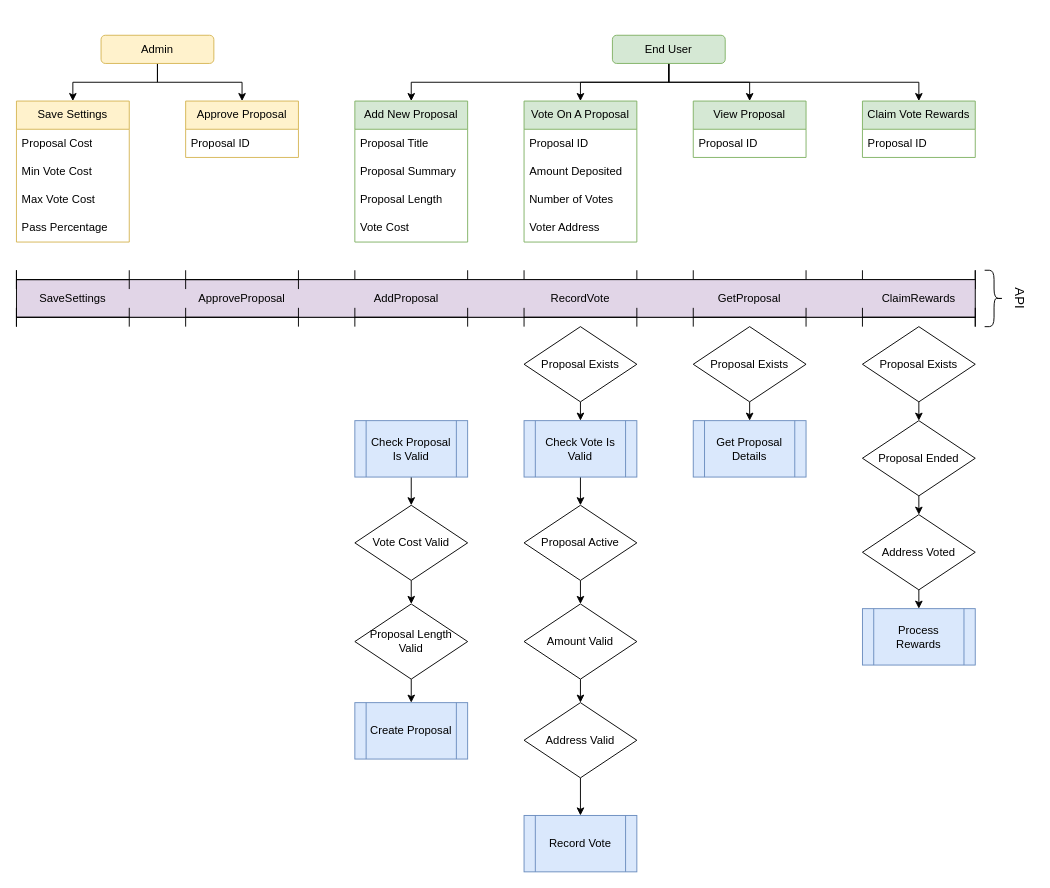
Earlier version of the draw.io diagram Graphite.drawio (hello-adam-martin/diagrams). Source tidied: cells renumbered, new cells numbered last; positions are measured from the earlier drawing's top-left corner, leaving out a move shared by most shapes. Both pictures are drawn from the tidied source at 94%, with x=0, y=0 at pixel (16, 35).
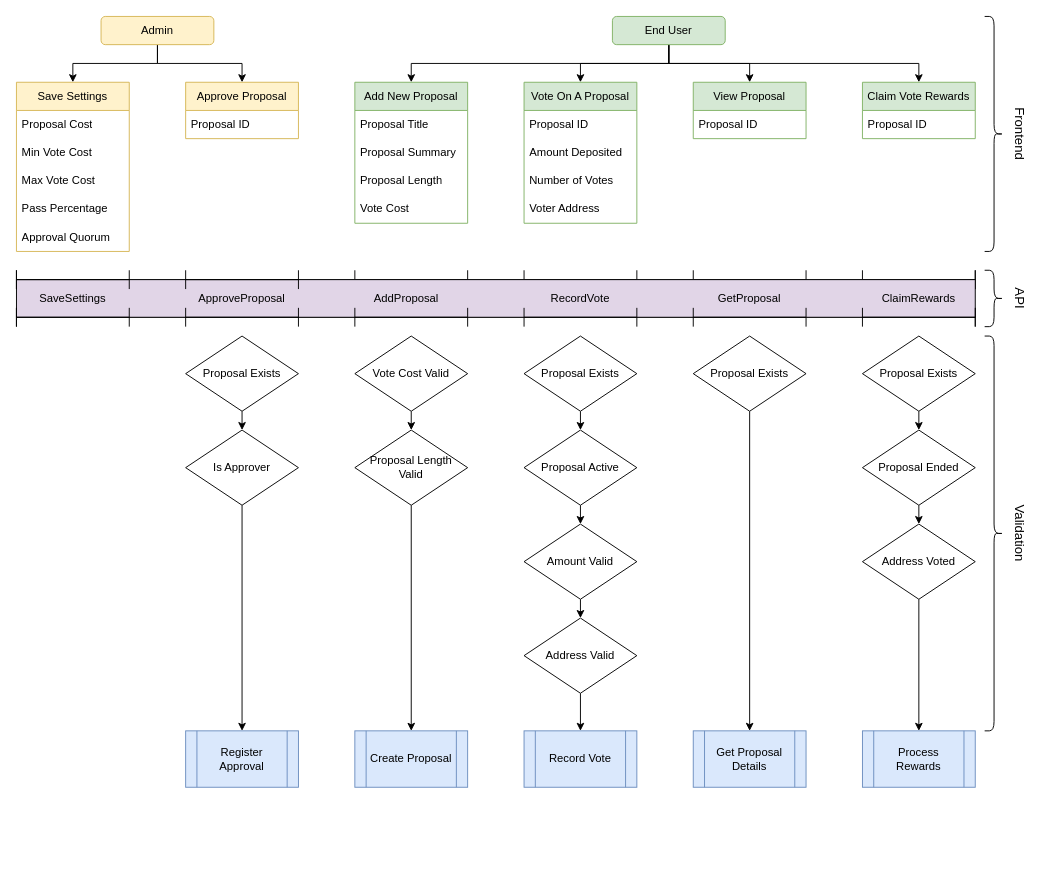
Above is the later version.

The edit, as a diff of the source:
```diff
@@
     <mxCell id="6" value="End User" style="rounded=1;whiteSpace=wrap;html=1;fillColor=#d5e8d4;strokeColor=#82b366;" parent="1" vertex="1">
-      <mxGeometry x="634" width="120" height="30" as="geometry" />
+      <mxGeometry x="634" y="-20" width="120" height="30" as="geometry" />
     </mxCell>
-    <mxCell id="7" style="edgeStyle=orthogonalEdgeStyle;rounded=0;jettySize=auto;html=1;exitX=0.5;exitY=1;exitDx=0;exitDy=0;entryX=0.5;entryY=0;entryDx=0;entryDy=0;startArrow=none;startFill=0;endArrow=classic;endFill=1;" parent="1" edge="1" source="8" target="15">
-      <mxGeometry relative="1" as="geometry" />
-    </mxCell>
-    <mxCell id="8" value="Check Vote Is Valid" style="shape=process;whiteSpace=wrap;html=1;backgroundOutline=1;fillColor=#dae8fc;strokeColor=#6c8ebf;" parent="1" vertex="1">
-      <mxGeometry x="540" y="410" width="120" height="60" as="geometry" />
-    </mxCell>
@@
     <mxCell id="10" value="Amount Valid" style="rhombus;whiteSpace=wrap;html=1;" parent="1" vertex="1">
-      <mxGeometry x="540" y="605" width="120" height="80" as="geometry" />
+      <mxGeometry x="540" y="520" width="120" height="80" as="geometry" />
     </mxCell>
@@
     <mxCell id="12" value="Address Valid" style="rhombus;whiteSpace=wrap;html=1;" parent="1" vertex="1">
-      <mxGeometry x="540" y="710" width="120" height="80" as="geometry" />
+      <mxGeometry x="540" y="620" width="120" height="80" as="geometry" />
     </mxCell>
     <mxCell id="13" value="Record Vote" style="shape=process;whiteSpace=wrap;html=1;backgroundOutline=1;fillColor=#dae8fc;strokeColor=#6c8ebf;" parent="1" vertex="1">
-      <mxGeometry x="540" y="830" width="120" height="60" as="geometry" />
+      <mxGeometry x="540" y="740" width="120" height="60" as="geometry" />
     </mxCell>
@@
     <mxCell id="15" value="Proposal Active" style="rhombus;whiteSpace=wrap;html=1;" parent="1" vertex="1">
-      <mxGeometry x="540" y="500" width="120" height="80" as="geometry" />
+      <mxGeometry x="540" y="420" width="120" height="80" as="geometry" />
     </mxCell>
-    <mxCell id="16" style="edgeStyle=orthogonalEdgeStyle;rounded=0;jettySize=auto;html=1;exitX=0.5;exitY=1;exitDx=0;exitDy=0;entryX=0.5;entryY=0;entryDx=0;entryDy=0;fontSize=14;startArrow=none;startFill=0;endArrow=classic;endFill=1;" parent="1" edge="1" source="17">
-      <mxGeometry relative="1" as="geometry">
-        <mxPoint x="420" y="500" as="targetPoint" />
-      </mxGeometry>
-    </mxCell>
-    <mxCell id="17" value="Check Proposal Is Valid" style="shape=process;whiteSpace=wrap;html=1;backgroundOutline=1;fillColor=#dae8fc;strokeColor=#6c8ebf;" parent="1" vertex="1">
-      <mxGeometry x="360" y="410" width="120" height="60" as="geometry" />
-    </mxCell>
@@
     <mxCell id="19" value="Vote Cost Valid" style="rhombus;whiteSpace=wrap;html=1;" parent="1" vertex="1">
-      <mxGeometry x="360" y="500" width="120" height="80" as="geometry" />
+      <mxGeometry x="360" y="320" width="120" height="80" as="geometry" />
     </mxCell>
     <mxCell id="20" value="Add New Proposal" style="swimlane;fontStyle=0;horizontal=1;startSize=30;whiteSpace=wrap;html=1;swimlaneLine=1;fillColor=#d5e8d4;strokeColor=#82b366;" parent="1" vertex="1">
-      <mxGeometry x="360" y="70" width="120" height="150" as="geometry" />
+      <mxGeometry x="360" y="50" width="120" height="150" as="geometry" />
     </mxCell>
@@
     <mxCell id="25" value="Vote On A Proposal" style="swimlane;fontStyle=0;horizontal=1;startSize=30;whiteSpace=wrap;html=1;swimlaneLine=1;fillColor=#d5e8d4;strokeColor=#82b366;" parent="1" vertex="1">
-      <mxGeometry x="540" y="70" width="120" height="150" as="geometry" />
+      <mxGeometry x="540" y="50" width="120" height="150" as="geometry" />
     </mxCell>
@@
     <mxCell id="30" value="View Proposal" style="swimlane;fontStyle=0;horizontal=1;startSize=30;whiteSpace=wrap;html=1;swimlaneLine=1;fillColor=#d5e8d4;strokeColor=#82b366;" parent="1" vertex="1">
-      <mxGeometry x="720" y="70" width="120" height="60" as="geometry" />
+      <mxGeometry x="720" y="50" width="120" height="60" as="geometry" />
     </mxCell>
@@
     <mxCell id="32" value="Claim Vote Rewards" style="swimlane;fontStyle=0;horizontal=1;startSize=30;whiteSpace=wrap;html=1;swimlaneLine=1;fillColor=#d5e8d4;strokeColor=#82b366;" parent="1" vertex="1">
-      <mxGeometry x="900" y="70" width="120" height="60" as="geometry" />
+      <mxGeometry x="900" y="50" width="120" height="60" as="geometry" />
     </mxCell>
@@
     <mxCell id="36" value="Create Proposal" style="shape=process;whiteSpace=wrap;html=1;backgroundOutline=1;fillColor=#dae8fc;strokeColor=#6c8ebf;" parent="1" vertex="1">
-      <mxGeometry x="360" y="710" width="120" height="60" as="geometry" />
+      <mxGeometry x="360" y="740" width="120" height="60" as="geometry" />
     </mxCell>
@@
     <mxCell id="38" value="Proposal Length&lt;br&gt;Valid" style="rhombus;whiteSpace=wrap;html=1;" parent="1" vertex="1">
-      <mxGeometry x="360" y="605" width="120" height="80" as="geometry" />
+      <mxGeometry x="360" y="420" width="120" height="80" as="geometry" />
     </mxCell>
-    <mxCell id="39" style="edgeStyle=orthogonalEdgeStyle;rounded=0;jettySize=auto;html=1;exitX=0.5;exitY=1;exitDx=0;exitDy=0;entryX=0.5;entryY=0;entryDx=0;entryDy=0;" parent="1" edge="1" source="40" target="8">
-      <mxGeometry relative="1" as="geometry" />
-    </mxCell>
+    <mxCell id="82" style="edgeStyle=orthogonalEdgeStyle;rounded=0;jettySize=auto;html=1;exitX=0.5;exitY=1;exitDx=0;exitDy=0;entryX=0.5;entryY=0;entryDx=0;entryDy=0;" parent="1" edge="1" source="40" target="15">
+      <mxGeometry relative="1" as="geometry" />
+    </mxCell>
     <mxCell id="40" value="Proposal Exists" style="rhombus;whiteSpace=wrap;html=1;" parent="1" vertex="1">
-      <mxGeometry x="540" y="310" width="120" height="80" as="geometry" />
+      <mxGeometry x="540" y="320" width="120" height="80" as="geometry" />
     </mxCell>
@@
     <mxCell id="54" value="Proposal Exists" style="rhombus;whiteSpace=wrap;html=1;" parent="1" vertex="1">
-      <mxGeometry x="720" y="310" width="120" height="80" as="geometry" />
+      <mxGeometry x="720" y="320" width="120" height="80" as="geometry" />
     </mxCell>
@@
     <mxCell id="56" value="Proposal Exists" style="rhombus;whiteSpace=wrap;html=1;" parent="1" vertex="1">
-      <mxGeometry x="900" y="310" width="120" height="80" as="geometry" />
+      <mxGeometry x="900" y="320" width="120" height="80" as="geometry" />
     </mxCell>
     <mxCell id="57" value="Approve Proposal" style="swimlane;fontStyle=0;horizontal=1;startSize=30;whiteSpace=wrap;html=1;swimlaneLine=1;fillColor=#fff2cc;strokeColor=#d6b656;" parent="1" vertex="1">
-      <mxGeometry x="180" y="70" width="120" height="60" as="geometry" />
+      <mxGeometry x="180" y="50" width="120" height="60" as="geometry" />
     </mxCell>
@@
     <mxCell id="62" value="Admin" style="rounded=1;whiteSpace=wrap;html=1;fillColor=#fff2cc;strokeColor=#d6b656;" parent="1" vertex="1">
-      <mxGeometry x="90" width="120" height="30" as="geometry" />
+      <mxGeometry x="90" y="-20" width="120" height="30" as="geometry" />
     </mxCell>
     <mxCell id="63" value="Get Proposal Details" style="shape=process;whiteSpace=wrap;html=1;backgroundOutline=1;fillColor=#dae8fc;strokeColor=#6c8ebf;" parent="1" vertex="1">
-      <mxGeometry x="720" y="410" width="120" height="60" as="geometry" />
+      <mxGeometry x="720" y="740" width="120" height="60" as="geometry" />
     </mxCell>
@@
     <mxCell id="65" value="Proposal Ended" style="rhombus;whiteSpace=wrap;html=1;" parent="1" vertex="1">
-      <mxGeometry x="900" y="410" width="120" height="80" as="geometry" />
+      <mxGeometry x="900" y="420" width="120" height="80" as="geometry" />
     </mxCell>
@@
     <mxCell id="67" value="Address Voted" style="rhombus;whiteSpace=wrap;html=1;" parent="1" vertex="1">
-      <mxGeometry x="900" y="510" width="120" height="80" as="geometry" />
+      <mxGeometry x="900" y="520" width="120" height="80" as="geometry" />
     </mxCell>
     <mxCell id="68" value="Process Rewards" style="shape=process;whiteSpace=wrap;html=1;backgroundOutline=1;fillColor=#dae8fc;strokeColor=#6c8ebf;" parent="1" vertex="1">
-      <mxGeometry x="900" y="610" width="120" height="60" as="geometry" />
+      <mxGeometry x="900" y="740" width="120" height="60" as="geometry" />
     </mxCell>
     <mxCell id="69" value="Save Settings" style="swimlane;fontStyle=0;horizontal=1;startSize=30;whiteSpace=wrap;html=1;swimlaneLine=1;fillColor=#fff2cc;strokeColor=#d6b656;" parent="1" vertex="1">
-      <mxGeometry y="70" width="120" height="150" as="geometry" />
+      <mxGeometry y="50" width="120" height="180" as="geometry" />
     </mxCell>
@@
+    <mxCell id="83" value="Approval Quorum" style="text;strokeColor=none;fillColor=none;align=left;verticalAlign=middle;spacingLeft=4;spacingRight=4;overflow=hidden;whiteSpace=wrap;html=1;" parent="69" vertex="1">
+      <mxGeometry y="150" width="120" height="30" as="geometry" />
+    </mxCell>
@@
+    <mxCell id="84" style="edgeStyle=orthogonalEdgeStyle;rounded=0;jettySize=auto;html=1;exitX=0.5;exitY=1;exitDx=0;exitDy=0;entryX=0.5;entryY=0;entryDx=0;entryDy=0;" parent="1" edge="1" source="85" target="88">
+      <mxGeometry relative="1" as="geometry" />
+    </mxCell>
+    <mxCell id="85" value="Is Approver" style="rhombus;whiteSpace=wrap;html=1;" parent="1" vertex="1">
+      <mxGeometry x="180" y="420" width="120" height="80" as="geometry" />
+    </mxCell>
+    <mxCell id="86" style="edgeStyle=orthogonalEdgeStyle;rounded=0;jettySize=auto;html=1;exitX=0.5;exitY=1;exitDx=0;exitDy=0;entryX=0.5;entryY=0;entryDx=0;entryDy=0;" parent="1" edge="1" source="87" target="85">
+      <mxGeometry relative="1" as="geometry" />
+    </mxCell>
+    <mxCell id="87" value="Proposal Exists" style="rhombus;whiteSpace=wrap;html=1;" parent="1" vertex="1">
+      <mxGeometry x="180" y="320" width="120" height="80" as="geometry" />
+    </mxCell>
+    <mxCell id="88" value="Register Approval" style="shape=process;whiteSpace=wrap;html=1;backgroundOutline=1;fillColor=#dae8fc;strokeColor=#6c8ebf;" parent="1" vertex="1">
+      <mxGeometry x="180" y="740" width="120" height="60" as="geometry" />
+    </mxCell>
+    <mxCell id="89" style="shape=curlyBracket;whiteSpace=wrap;html=1;rounded=1;flipH=1;labelPosition=right;verticalLabelPosition=middle;align=left;verticalAlign=middle;strokeColor=#000000;" parent="1" vertex="1">
+      <mxGeometry x="1030" y="320" width="20" height="420" as="geometry" />
+    </mxCell>
+    <mxCell id="90" value="Validation" style="text;html=1;strokeColor=none;fillColor=none;align=center;verticalAlign=middle;whiteSpace=wrap;rounded=0;rotation=90;fontSize=14;" parent="1" vertex="1">
+      <mxGeometry x="1030" y="515" width="75" height="30" as="geometry" />
+    </mxCell>
+    <mxCell id="91" style="shape=curlyBracket;whiteSpace=wrap;html=1;rounded=1;flipH=1;labelPosition=right;verticalLabelPosition=middle;align=left;verticalAlign=middle;strokeColor=#000000;" parent="1" vertex="1">
+      <mxGeometry x="1030" y="-20" width="20" height="250" as="geometry" />
+    </mxCell>
+    <mxCell id="92" value="Frontend" style="text;html=1;strokeColor=none;fillColor=none;align=center;verticalAlign=middle;whiteSpace=wrap;rounded=0;rotation=90;fontSize=14;" parent="1" vertex="1">
+      <mxGeometry x="1030" y="90" width="75" height="30" as="geometry" />
+    </mxCell>
```
